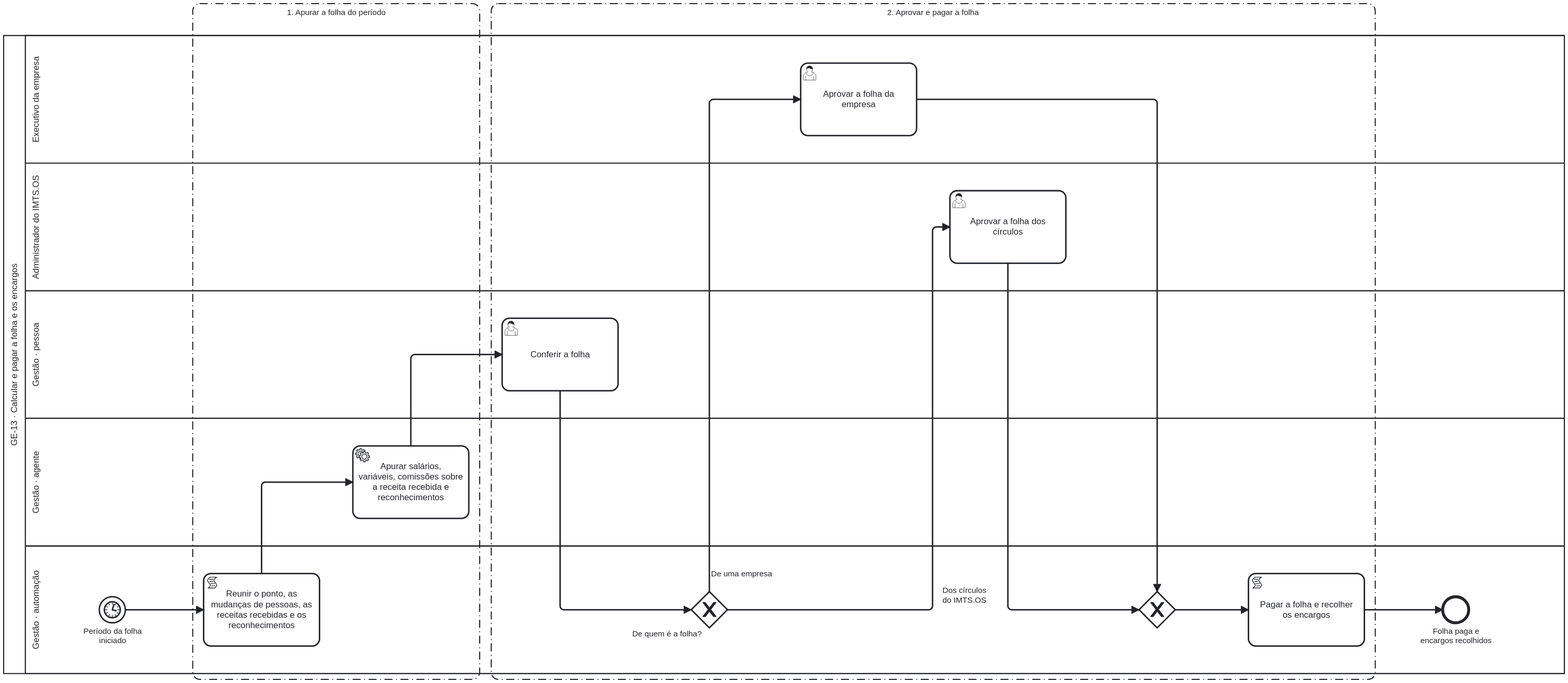
Earlier version of the BPMN export 3-fluxos-bpmn/circulo-8-gestao/diagramas-svg/GE-13.svg (italoteofilo-boop/imts-modelo-organizacional). Its source is kept beside it as 3-fluxos-bpmn/circulo-8-gestao/bpmn/GE-13.bpmn. Ids are renumbered.
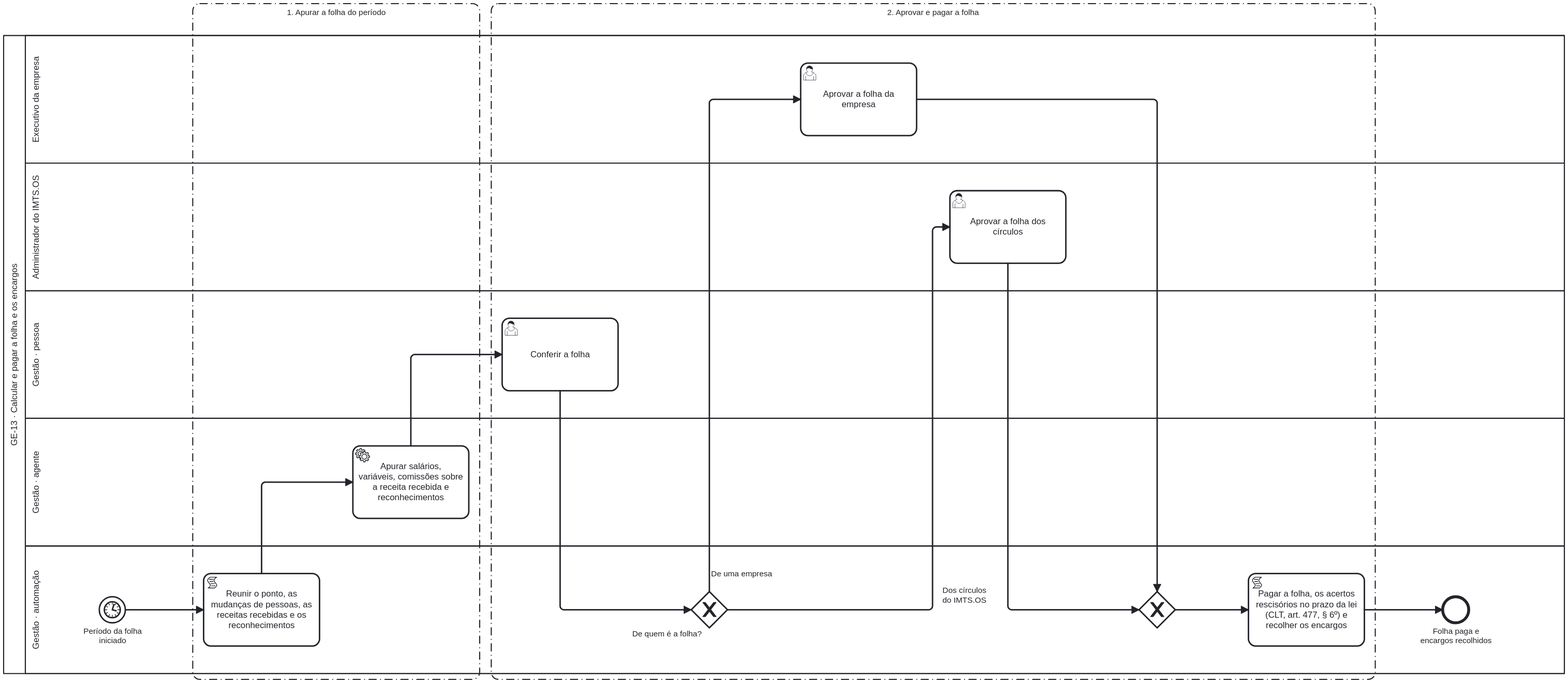
Above is the later version.

The edit, as a diff of the source:
```diff
@@ -40,7 +40,7 @@
     <bpmn:userTask id="GE13_E2_T2" name="Aprovar a folha da empresa"><bpmn:documentation>Etapa 2: Aprovar e pagar a folha. Executor: Pessoa de fora do círculo (Executivo da empresa). Modo da etapa: Copiloto; risco médio.</bpmn:documentation><bpmn:incoming>GE13_Flow5</bpmn:incoming><bpmn:outgoing>GE13_Flow7</bpmn:outgoing></bpmn:userTask>
     <bpmn:userTask id="GE13_E2_T3" name="Aprovar a folha dos círculos"><bpmn:documentation>Etapa 2: Aprovar e pagar a folha. Executor: Pessoa de fora do círculo (Administrador do IMTS.OS). Modo da etapa: Copiloto; risco médio.</bpmn:documentation><bpmn:incoming>GE13_Flow6</bpmn:incoming><bpmn:outgoing>GE13_Flow8</bpmn:outgoing></bpmn:userTask>
     <bpmn:exclusiveGateway id="GE13_M1"><bpmn:incoming>GE13_Flow7</bpmn:incoming><bpmn:incoming>GE13_Flow8</bpmn:incoming><bpmn:outgoing>GE13_Flow10</bpmn:outgoing></bpmn:exclusiveGateway>
-    <bpmn:scriptTask id="GE13_E2_T4" name="Pagar a folha e recolher os encargos"><bpmn:documentation>Etapa 2: Aprovar e pagar a folha. Executor: Automação da Gestão (Gestão · automação). Modo da etapa: Copiloto; risco médio.</bpmn:documentation><bpmn:incoming>GE13_Flow10</bpmn:incoming><bpmn:outgoing>GE13_Flow9</bpmn:outgoing></bpmn:scriptTask>
+    <bpmn:scriptTask id="GE13_E2_T4" name="Pagar a folha, os acertos rescisórios no prazo da lei (CLT, art. 477, § 6º) e recolher os encargos"><bpmn:documentation>Etapa 2: Aprovar e pagar a folha. Executor: Automação da Gestão (Gestão · automação). Modo da etapa: Copiloto; risco médio.</bpmn:documentation><bpmn:incoming>GE13_Flow10</bpmn:incoming><bpmn:outgoing>GE13_Flow9</bpmn:outgoing></bpmn:scriptTask>
     <bpmn:endEvent id="GE13_F1" name="Folha paga e encargos recolhidos"><bpmn:incoming>GE13_Flow9</bpmn:incoming></bpmn:endEvent>
     <bpmn:sequenceFlow id="GE13_Flow1" sourceRef="GE13_S1" targetRef="GE13_E1_T1" />
     <bpmn:sequenceFlow id="GE13_Flow2" sourceRef="GE13_E1_T1" targetRef="GE13_E1_T2" />
```
